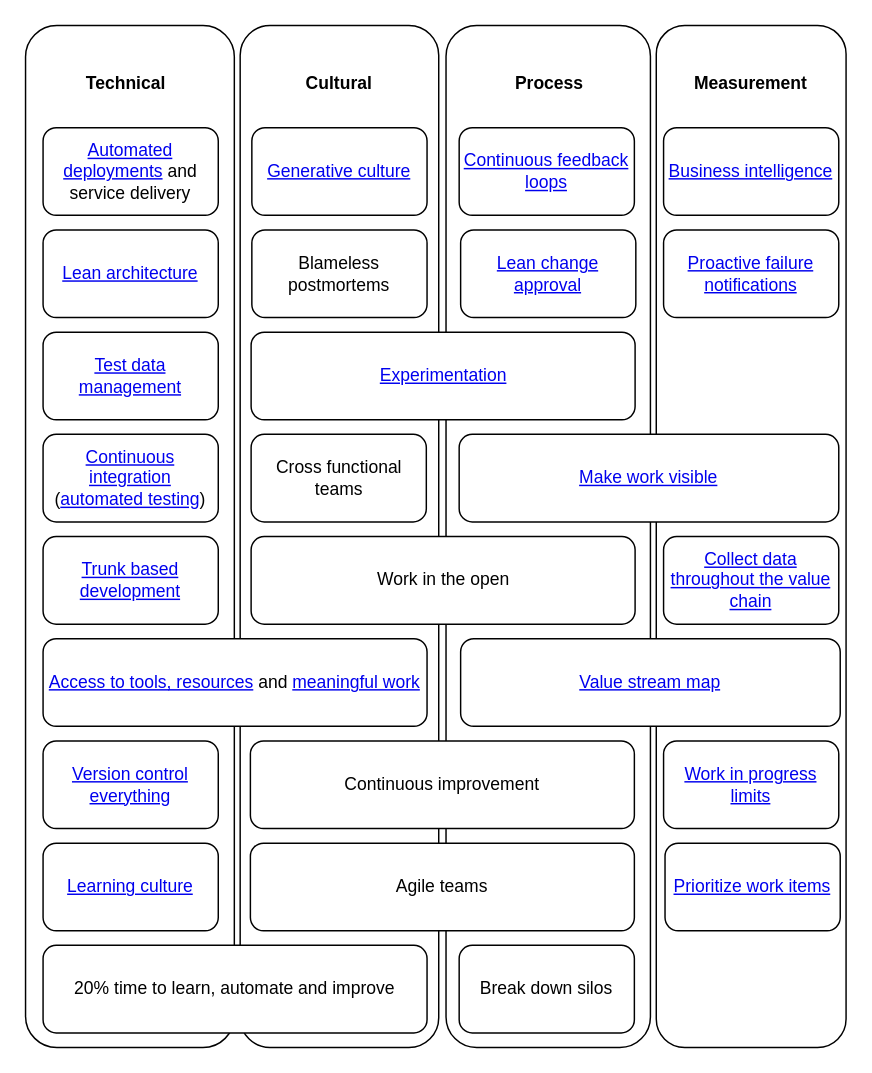
sara-sabr/ITStrategy keeps this draw.io diagram as drawio/en/StrategySummary.drawio. Above is the earlier version. Source tidied: cells renumbered, new cells numbered last; positions are measured from the earlier drawing's top-left corner, leaving out a move shared by most shapes. Both pictures are drawn from the tidied source at 146%, with x=0, y=0 at pixel (25, 25).
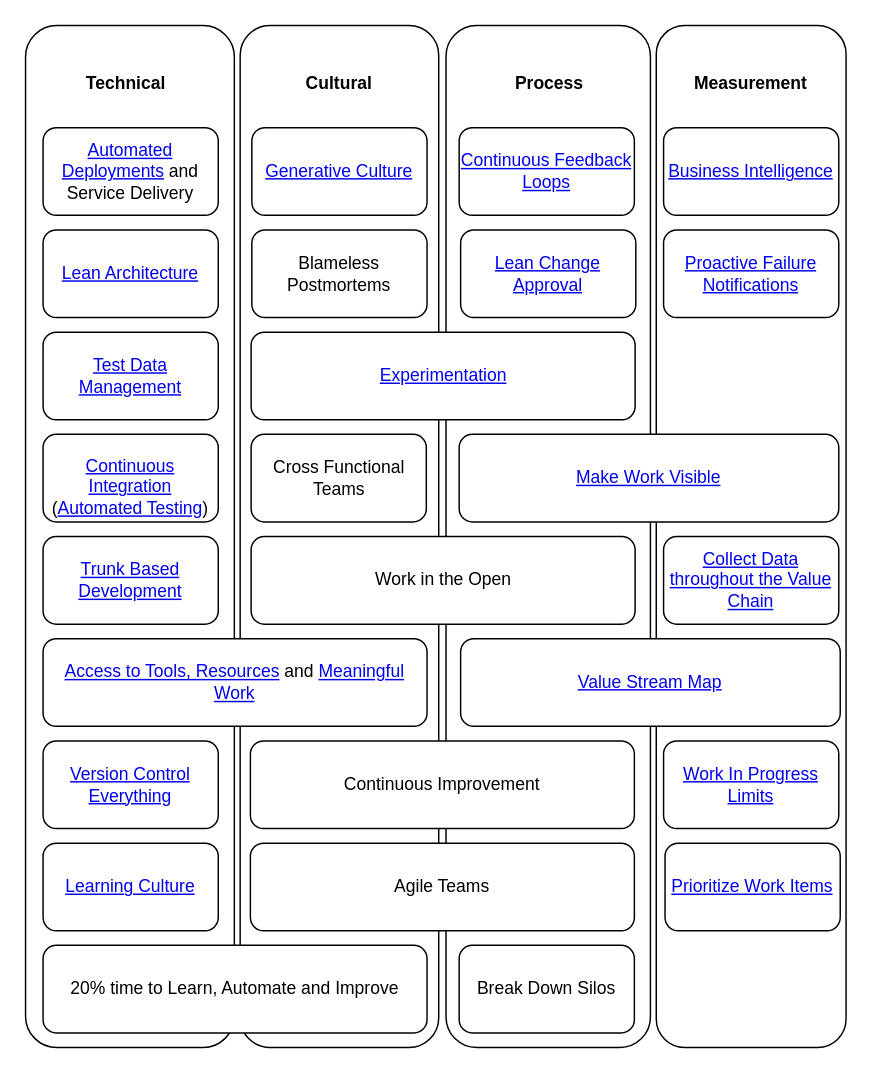
The same diagram, later.

Commit message:
Recenter 1 box + Add capital letters

Diff of the diagram source:
```diff
@@
-    <mxCell id="6" value="20% time to learn, automate and improve" style="rounded=1;whiteSpace=wrap;html=1;" parent="1" vertex="1">
+    <mxCell id="6" value="20% time to Learn, Automate and Improve" style="rounded=1;whiteSpace=wrap;html=1;" parent="1" vertex="1">
       <mxGeometry x="12" y="630" width="263" height="60" as="geometry" />
     </mxCell>
-    <mxCell id="7" value="&lt;a href=&quot;https://cloud.google.com/solutions/devops/devops-tech-teams-empowered-to-choose-tools&quot;&gt;Access to tools, resources&lt;/a&gt; and &lt;a href=&quot;https://cloud.google.com/solutions/devops/devops-culture-job-satisfaction&quot;&gt;meaningful work&lt;/a&gt;" style="rounded=1;whiteSpace=wrap;html=1;" parent="1" vertex="1">
+    <mxCell id="7" value="&lt;a href=&quot;https://cloud.google.com/solutions/devops/devops-tech-teams-empowered-to-choose-tools&quot;&gt;Access to Tools, Resources&lt;/a&gt; and &lt;a href=&quot;https://cloud.google.com/solutions/devops/devops-culture-job-satisfaction&quot;&gt;Meaningful Work&lt;/a&gt;" style="rounded=1;whiteSpace=wrap;html=1;" parent="1" vertex="1">
       <mxGeometry x="12" y="420" width="263" height="60" as="geometry" />
     </mxCell>
-    <mxCell id="8" value="Work in the open" style="rounded=1;whiteSpace=wrap;html=1;" parent="1" vertex="1">
+    <mxCell id="8" value="Work in the Open" style="rounded=1;whiteSpace=wrap;html=1;" parent="1" vertex="1">
       <mxGeometry x="154.5" y="350" width="263" height="60" as="geometry" />
     </mxCell>
-    <mxCell id="9" value="Agile teams" style="rounded=1;whiteSpace=wrap;html=1;" parent="1" vertex="1">
+    <mxCell id="9" value="Agile Teams" style="rounded=1;whiteSpace=wrap;html=1;" parent="1" vertex="1">
       <mxGeometry x="154" y="560" width="263" height="60" as="geometry" />
     </mxCell>
@@
-    <mxCell id="11" value="&lt;a href=&quot;https://cloud.google.com/solutions/devops/devops-measurement-monitoring-systems&quot;&gt;Business intelligence&lt;/a&gt;" style="rounded=1;whiteSpace=wrap;html=1;" parent="1" vertex="1">
+    <mxCell id="11" value="&lt;a href=&quot;https://cloud.google.com/solutions/devops/devops-measurement-monitoring-systems&quot;&gt;Business Intelligence&lt;/a&gt;" style="rounded=1;whiteSpace=wrap;html=1;" parent="1" vertex="1">
       <mxGeometry x="437" y="70" width="120" height="60" as="geometry" />
     </mxCell>
-    <mxCell id="12" value="&lt;a href=&quot;https://cloud.google.com/solutions/devops/devops-measurement-proactive-failure-notification&quot;&gt;Proactive failure notifications&lt;/a&gt;" style="rounded=1;whiteSpace=wrap;html=1;" parent="1" vertex="1">
+    <mxCell id="12" value="&lt;a href=&quot;https://cloud.google.com/solutions/devops/devops-measurement-proactive-failure-notification&quot;&gt;Proactive Failure Notifications&lt;/a&gt;" style="rounded=1;whiteSpace=wrap;html=1;" parent="1" vertex="1">
       <mxGeometry x="437" y="140" width="120" height="60" as="geometry" />
     </mxCell>
-    <mxCell id="13" value="&lt;a href=&quot;https://cloud.google.com/solutions/devops/devops-measurement-wip-limits&quot;&gt;Work in progress limits&lt;/a&gt;" style="rounded=1;whiteSpace=wrap;html=1;" parent="1" vertex="1">
+    <mxCell id="13" value="&lt;a href=&quot;https://cloud.google.com/solutions/devops/devops-measurement-wip-limits&quot;&gt;Work In Progress Limits&lt;/a&gt;" style="rounded=1;whiteSpace=wrap;html=1;" parent="1" vertex="1">
       <mxGeometry x="437" y="490" width="120" height="60" as="geometry" />
     </mxCell>
-    <mxCell id="14" value="Continuous improvement" style="rounded=1;whiteSpace=wrap;html=1;" parent="1" vertex="1">
+    <mxCell id="14" value="Continuous Improvement" style="rounded=1;whiteSpace=wrap;html=1;" parent="1" vertex="1">
       <mxGeometry x="154" y="490" width="263" height="60" as="geometry" />
     </mxCell>
-    <mxCell id="15" value="&lt;a href=&quot;https://cloud.google.com/solutions/devops/devops-tech-deployment-automation&quot;&gt;Automated deployments&lt;/a&gt; and service delivery" style="rounded=1;whiteSpace=wrap;html=1;" parent="1" vertex="1">
+    <mxCell id="15" value="&lt;a href=&quot;https://cloud.google.com/solutions/devops/devops-tech-deployment-automation&quot;&gt;Automated Deployments&lt;/a&gt; and Service Delivery" style="rounded=1;whiteSpace=wrap;html=1;" parent="1" vertex="1">
       <mxGeometry x="12" y="70" width="120" height="60" as="geometry" />
     </mxCell>
-    <mxCell id="16" value="&lt;a href=&quot;https://cloud.google.com/solutions/devops/devops-tech-continuous-integration&quot;&gt;Continuous integration&lt;/a&gt; (&lt;a href=&quot;https://cloud.google.com/solutions/devops/devops-tech-test-automation&quot;&gt;automated testing&lt;/a&gt;)" style="rounded=1;whiteSpace=wrap;html=1;" parent="1" vertex="1">
+    <mxCell id="16" value="&lt;a href=&quot;https://cloud.google.com/solutions/devops/devops-tech-continuous-integration&quot;&gt;Continuous Integration&lt;/a&gt; (&lt;a href=&quot;https://cloud.google.com/solutions/devops/devops-tech-test-automation&quot;&gt;Automated Testing&lt;/a&gt;)" style="rounded=1;whiteSpace=wrap;html=1;verticalAlign=bottom;" parent="1" vertex="1">
       <mxGeometry x="12" y="280" width="120" height="60" as="geometry" />
     </mxCell>
-    <mxCell id="17" value="&lt;a href=&quot;https://cloud.google.com/solutions/devops/devops-tech-test-data-management&quot;&gt;Test data management&lt;/a&gt;" style="rounded=1;whiteSpace=wrap;html=1;" parent="1" vertex="1">
+    <mxCell id="17" value="&lt;a href=&quot;https://cloud.google.com/solutions/devops/devops-tech-test-data-management&quot;&gt;Test Data Management&lt;/a&gt;" style="rounded=1;whiteSpace=wrap;html=1;" parent="1" vertex="1">
       <mxGeometry x="12" y="210" width="120" height="60" as="geometry" />
     </mxCell>
-    <mxCell id="18" value="&lt;a href=&quot;https://cloud.google.com/solutions/devops/devops-tech-trunk-based-development&quot;&gt;Trunk based development&lt;/a&gt;" style="rounded=1;whiteSpace=wrap;html=1;" parent="1" vertex="1">
+    <mxCell id="18" value="&lt;a href=&quot;https://cloud.google.com/solutions/devops/devops-tech-trunk-based-development&quot;&gt;Trunk Based Development&lt;/a&gt;" style="rounded=1;whiteSpace=wrap;html=1;" parent="1" vertex="1">
       <mxGeometry x="12" y="350" width="120" height="60" as="geometry" />
     </mxCell>
-    <mxCell id="19" value="&lt;a href=&quot;https://cloud.google.com/solutions/devops/devops-tech-version-control&quot;&gt;Version control everything&lt;/a&gt;" style="rounded=1;whiteSpace=wrap;html=1;" parent="1" vertex="1">
+    <mxCell id="19" value="&lt;a href=&quot;https://cloud.google.com/solutions/devops/devops-tech-version-control&quot;&gt;Version Control Everything&lt;/a&gt;" style="rounded=1;whiteSpace=wrap;html=1;" parent="1" vertex="1">
       <mxGeometry x="12" y="490" width="120" height="60" as="geometry" />
     </mxCell>
-    <mxCell id="20" value="Cross functional teams" style="rounded=1;whiteSpace=wrap;html=1;" parent="1" vertex="1">
+    <mxCell id="20" value="Cross Functional Teams" style="rounded=1;whiteSpace=wrap;html=1;" parent="1" vertex="1">
       <mxGeometry x="154.5" y="280" width="120" height="60" as="geometry" />
     </mxCell>
-    <mxCell id="21" value="Break down silos" style="rounded=1;whiteSpace=wrap;html=1;" parent="1" vertex="1">
+    <mxCell id="21" value="Break Down Silos" style="rounded=1;whiteSpace=wrap;html=1;" parent="1" vertex="1">
       <mxGeometry x="297" y="630" width="120" height="60" as="geometry" />
     </mxCell>
-    <mxCell id="22" value="&lt;a href=&quot;https://cloud.google.com/solutions/devops/devops-process-customer-feedback&quot;&gt;Continuous feedback loops&lt;/a&gt;" style="rounded=1;whiteSpace=wrap;html=1;" parent="1" vertex="1">
+    <mxCell id="22" value="&lt;a href=&quot;https://cloud.google.com/solutions/devops/devops-process-customer-feedback&quot;&gt;Continuous Feedback Loops&lt;/a&gt;" style="rounded=1;whiteSpace=wrap;html=1;" parent="1" vertex="1">
       <mxGeometry x="297" y="70" width="120" height="60" as="geometry" />
     </mxCell>
-    <mxCell id="23" value="&lt;a href=&quot;https://cloud.google.com/solutions/devops/devops-process-work-visibility-in-value-stream&quot;&gt;Value stream map&lt;/a&gt;" style="rounded=1;whiteSpace=wrap;html=1;" parent="1" vertex="1">
+    <mxCell id="23" value="&lt;a href=&quot;https://cloud.google.com/solutions/devops/devops-process-work-visibility-in-value-stream&quot;&gt;Value Stream Map&lt;/a&gt;" style="rounded=1;whiteSpace=wrap;html=1;" parent="1" vertex="1">
       <mxGeometry x="298" y="420" width="260" height="60" as="geometry" />
     </mxCell>
-    <mxCell id="24" value="&lt;a href=&quot;https://cloud.google.com/solutions/devops/devops-measurement-visual-management&quot;&gt;Make work visible&lt;/a&gt;" style="rounded=1;whiteSpace=wrap;html=1;" parent="1" vertex="1">
+    <mxCell id="24" value="&lt;a href=&quot;https://cloud.google.com/solutions/devops/devops-measurement-visual-management&quot;&gt;Make Work Visible&lt;/a&gt;" style="rounded=1;whiteSpace=wrap;html=1;" parent="1" vertex="1">
       <mxGeometry x="297" y="280" width="260" height="60" as="geometry" />
     </mxCell>
-    <mxCell id="25" value="&lt;a href=&quot;https://cloud.google.com/solutions/devops/devops-tech-architecture&quot;&gt;Lean architecture&lt;/a&gt;" style="rounded=1;whiteSpace=wrap;html=1;" parent="1" vertex="1">
+    <mxCell id="25" value="&lt;a href=&quot;https://cloud.google.com/solutions/devops/devops-tech-architecture&quot;&gt;Lean Architecture&lt;/a&gt;" style="rounded=1;whiteSpace=wrap;html=1;" parent="1" vertex="1">
       <mxGeometry x="12" y="140" width="120" height="60" as="geometry" />
     </mxCell>
-    <mxCell id="26" value="&lt;a href=&quot;https://cloud.google.com/solutions/devops/devops-culture-westrum-organizational-culture&quot;&gt;Generative culture&lt;/a&gt;" style="rounded=1;whiteSpace=wrap;html=1;" parent="1" vertex="1">
+    <mxCell id="26" value="&lt;a href=&quot;https://cloud.google.com/solutions/devops/devops-culture-westrum-organizational-culture&quot;&gt;Generative Culture&lt;/a&gt;" style="rounded=1;whiteSpace=wrap;html=1;" parent="1" vertex="1">
       <mxGeometry x="155" y="70" width="120" height="60" as="geometry" />
     </mxCell>
-    <mxCell id="27" value="&lt;a href=&quot;https://cloud.google.com/solutions/devops/devops-process-streamlining-change-approval&quot;&gt;Lean change approval&lt;/a&gt;" style="rounded=1;whiteSpace=wrap;html=1;" parent="1" vertex="1">
+    <mxCell id="27" value="&lt;a href=&quot;https://cloud.google.com/solutions/devops/devops-process-streamlining-change-approval&quot;&gt;Lean Change Approval&lt;/a&gt;" style="rounded=1;whiteSpace=wrap;html=1;" parent="1" vertex="1">
       <mxGeometry x="298" y="140" width="120" height="60" as="geometry" />
     </mxCell>
-    <mxCell id="28" value="Blameless postmortems" style="rounded=1;whiteSpace=wrap;html=1;" parent="1" vertex="1">
+    <mxCell id="28" value="Blameless Postmortems" style="rounded=1;whiteSpace=wrap;html=1;" parent="1" vertex="1">
       <mxGeometry x="155" y="140" width="120" height="60" as="geometry" />
     </mxCell>
-    <mxCell id="29" value="&lt;a href=&quot;https://cloud.google.com/solutions/devops/devops-measurement-monitoring-systems&quot;&gt;Collect data throughout the value chain&lt;/a&gt;" style="rounded=1;whiteSpace=wrap;html=1;" parent="1" vertex="1">
+    <mxCell id="29" value="&lt;a href=&quot;https://cloud.google.com/solutions/devops/devops-measurement-monitoring-systems&quot;&gt;Collect Data throughout the Value Chain&lt;/a&gt;" style="rounded=1;whiteSpace=wrap;html=1;" parent="1" vertex="1">
       <mxGeometry x="437" y="350" width="120" height="60" as="geometry" />
     </mxCell>
-    <mxCell id="30" value="&lt;a href=&quot;https://cloud.google.com/solutions/devops/devops-process-working-in-small-batches&quot;&gt;Prioritize work items&lt;/a&gt;" style="rounded=1;whiteSpace=wrap;html=1;" parent="1" vertex="1">
+    <mxCell id="30" value="&lt;a href=&quot;https://cloud.google.com/solutions/devops/devops-process-working-in-small-batches&quot;&gt;Prioritize Work Items&lt;/a&gt;" style="rounded=1;whiteSpace=wrap;html=1;" parent="1" vertex="1">
       <mxGeometry x="438" y="560" width="120" height="60" as="geometry" />
     </mxCell>
@@
-    <mxCell id="35" value="&lt;a href=&quot;https://cloud.google.com/solutions/devops/devops-culture-learning-culture&quot;&gt;Learning culture&lt;/a&gt;" style="rounded=1;whiteSpace=wrap;html=1;" parent="1" vertex="1">
+    <mxCell id="35" value="&lt;a href=&quot;https://cloud.google.com/solutions/devops/devops-culture-learning-culture&quot;&gt;Learning Culture&lt;/a&gt;" style="rounded=1;whiteSpace=wrap;html=1;" parent="1" vertex="1">
       <mxGeometry x="12" y="560" width="120" height="60" as="geometry" />
     </mxCell>
```
